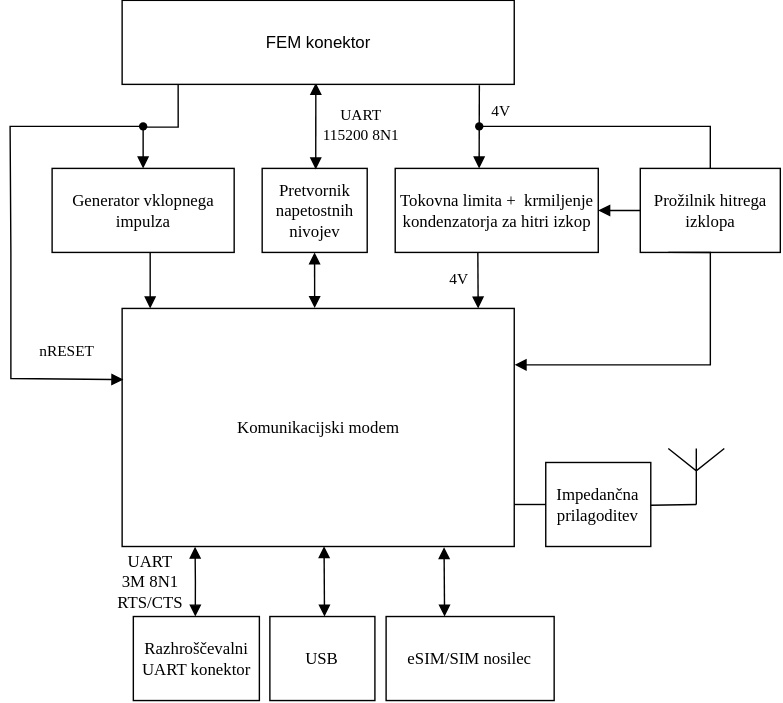
Earlier version of the draw.io export Slike/blok diagram modula.svg (harka069/mag). Source tidied: cells renumbered, new cells last; positions are measured from the earlier drawing's top-left corner, leaving out a move shared by most shapes.
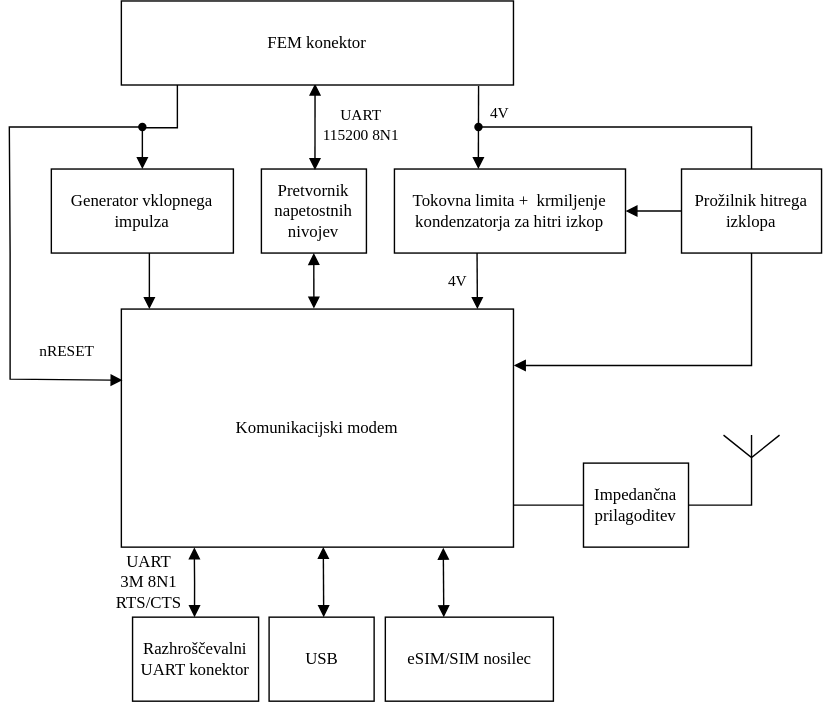
The same diagram one commit later.

Change to the diagram source:
```diff
@@ -12,16 +12,16 @@
       <mxGeometry x="88" y="440" width="90" height="60" as="geometry" />
     </mxCell>
     <mxCell id="5" value="Impedančna prilagoditev" style="rounded=0;whiteSpace=wrap;html=1;fontFamily=latin modern;" parent="1" vertex="1">
-      <mxGeometry x="382.5" y="330" width="75" height="60" as="geometry" />
+      <mxGeometry x="410" y="330" width="75" height="60" as="geometry" />
     </mxCell>
     <mxCell id="6" style="edgeStyle=orthogonalEdgeStyle;rounded=0;jettySize=auto;html=1;fontFamily=latin modern;endArrow=block;endFill=1;" parent="1" edge="1" source="7" target="8">
       <mxGeometry relative="1" as="geometry" />
     </mxCell>
     <mxCell id="7" value="Prožilnik hitrega izklopa" style="rounded=0;whiteSpace=wrap;html=1;fontFamily=latin modern;" parent="1" vertex="1">
-      <mxGeometry x="450" y="120" width="100" height="60" as="geometry" />
+      <mxGeometry x="480" y="120" width="100" height="60" as="geometry" />
     </mxCell>
     <mxCell id="8" value="Tokovna limita +&amp;nbsp; krmiljenje kondenzatorja za hitri izkop" style="rounded=0;whiteSpace=wrap;html=1;fontFamily=latin modern;" parent="1" vertex="1">
-      <mxGeometry x="275" y="120" width="145" height="60" as="geometry" />
+      <mxGeometry x="275" y="120" width="165" height="60" as="geometry" />
     </mxCell>
     <mxCell id="9" value="Pretvornik napetostnih nivojev" style="rounded=0;whiteSpace=wrap;html=1;fontFamily=latin modern;" parent="1" vertex="1">
       <mxGeometry x="180" y="120" width="75" height="60" as="geometry" />
@@ -41,17 +41,18 @@
       <mxGeometry x="80" y="220" width="280" height="170" as="geometry" />
     </mxCell>
     <mxCell id="13" style="verticalLabelPosition=bottom;shadow=0;dashed=0;align=center;html=1;verticalAlign=top;shape=mxgraph.electrical.radio.aerial_-_antenna_1;fontFamily=latin modern;" parent="1" vertex="1">
-      <mxGeometry x="470" y="320" width="40" height="40" as="geometry" />
+      <mxGeometry x="510" y="310" width="40" height="40" as="geometry" />
     </mxCell>
-    <mxCell id="14" style="endArrow=none;html=1;rounded=0;exitX=1;exitY=0.5;exitDx=0;exitDy=0;entryX=0.5;entryY=1;entryDx=0;entryDy=0;entryPerimeter=0;fontFamily=latin modern;" parent="1" edge="1" target="13">
+    <mxCell id="14" style="endArrow=none;html=1;rounded=0;exitX=1;exitY=0.5;exitDx=0;exitDy=0;entryX=0.5;entryY=1;entryDx=0;entryDy=0;entryPerimeter=0;fontFamily=latin modern;" parent="1" edge="1" source="5" target="13">
       <mxGeometry relative="1" as="geometry">
-        <mxPoint x="457.5" y="360.5" as="sourcePoint" />
+        <Array as="points">
+          <mxPoint x="530" y="360" />
+        </Array>
       </mxGeometry>
     </mxCell>
-    <mxCell id="15" style="endArrow=none;html=1;rounded=0;entryX=-0.021;entryY=0.504;entryDx=0;entryDy=0;entryPerimeter=0;fontFamily=latin modern;" parent="1" edge="1">
+    <mxCell id="15" style="endArrow=none;html=1;rounded=0;entryX=0;entryY=0.5;entryDx=0;entryDy=0;fontFamily=latin modern;" parent="1" edge="1" target="5">
       <mxGeometry relative="1" as="geometry">
         <mxPoint x="360" y="360" as="sourcePoint" />
-        <mxPoint x="382.5" y="360" as="targetPoint" />
       </mxGeometry>
     </mxCell>
     <mxCell id="16" style="endArrow=block;startArrow=block;html=1;rounded=0;exitX=0.5;exitY=0;exitDx=0;exitDy=0;entryX=0.515;entryY=0.999;entryDx=0;entryDy=0;entryPerimeter=0;startFill=1;endFill=1;fontFamily=latin modern;" parent="1" edge="1" target="12">
@@ -80,12 +81,10 @@
         <mxPoint x="-13" y="8" as="offset" />
       </mxGeometry>
     </mxCell>
-    <mxCell id="21" style="endArrow=none;startArrow=block;html=1;rounded=0;exitX=1.001;exitY=0.237;exitDx=0;exitDy=0;entryX=0.5;entryY=1;entryDx=0;entryDy=0;endFill=0;startFill=1;exitPerimeter=0;fontFamily=latin modern;edgeStyle=orthogonalEdgeStyle;" parent="1" edge="1" source="12">
+    <mxCell id="21" style="endArrow=none;startArrow=block;html=1;rounded=0;exitX=1.001;exitY=0.237;exitDx=0;exitDy=0;entryX=0.5;entryY=1;entryDx=0;entryDy=0;endFill=0;startFill=1;exitPerimeter=0;fontFamily=latin modern;edgeStyle=orthogonalEdgeStyle;" parent="1" edge="1" source="12" target="7">
       <mxGeometry relative="1" as="geometry">
-        <mxPoint x="470" y="180" as="targetPoint" />
         <Array as="points">
-          <mxPoint x="500" y="260.3" />
-          <mxPoint x="500" y="180" />
+          <mxPoint x="530" y="260.3" />
         </Array>
       </mxGeometry>
     </mxCell>
@@ -100,6 +99,7 @@
           <mxPoint x="405" y="90" />
           <mxPoint x="470" y="90" />
           <mxPoint x="500" y="90" />
+          <mxPoint x="530" y="90" />
         </Array>
       </mxGeometry>
     </mxCell>
@@ -145,7 +145,7 @@
     <mxCell id="32" value="&lt;div&gt;UART&lt;/div&gt;&lt;div&gt;3M 8N1 RTS/CTS&lt;/div&gt;" style="text;html=1;whiteSpace=wrap;strokeColor=none;fillColor=none;align=center;verticalAlign=middle;rounded=0;fontFamily=latin modern;" parent="1" vertex="1">
       <mxGeometry x="70" y="400" width="60" height="30" as="geometry" />
     </mxCell>
-    <mxCell id="33" value="FEM konektor" style="rounded=0;whiteSpace=wrap;html=1;" parent="1" vertex="1">
+    <mxCell id="33" value="&lt;font face=&quot;latin modern&quot;&gt;FEM konektor&lt;/font&gt;" style="rounded=0;whiteSpace=wrap;html=1;" parent="1" vertex="1">
       <mxGeometry x="80" width="280" height="60" as="geometry" />
     </mxCell>
     <mxCell id="34" style="edgeStyle=orthogonalEdgeStyle;rounded=0;jettySize=auto;html=1;entryX=0.5;entryY=0;entryDx=0;entryDy=0;endArrow=block;endFill=1;" parent="1" edge="1" target="11">
```
